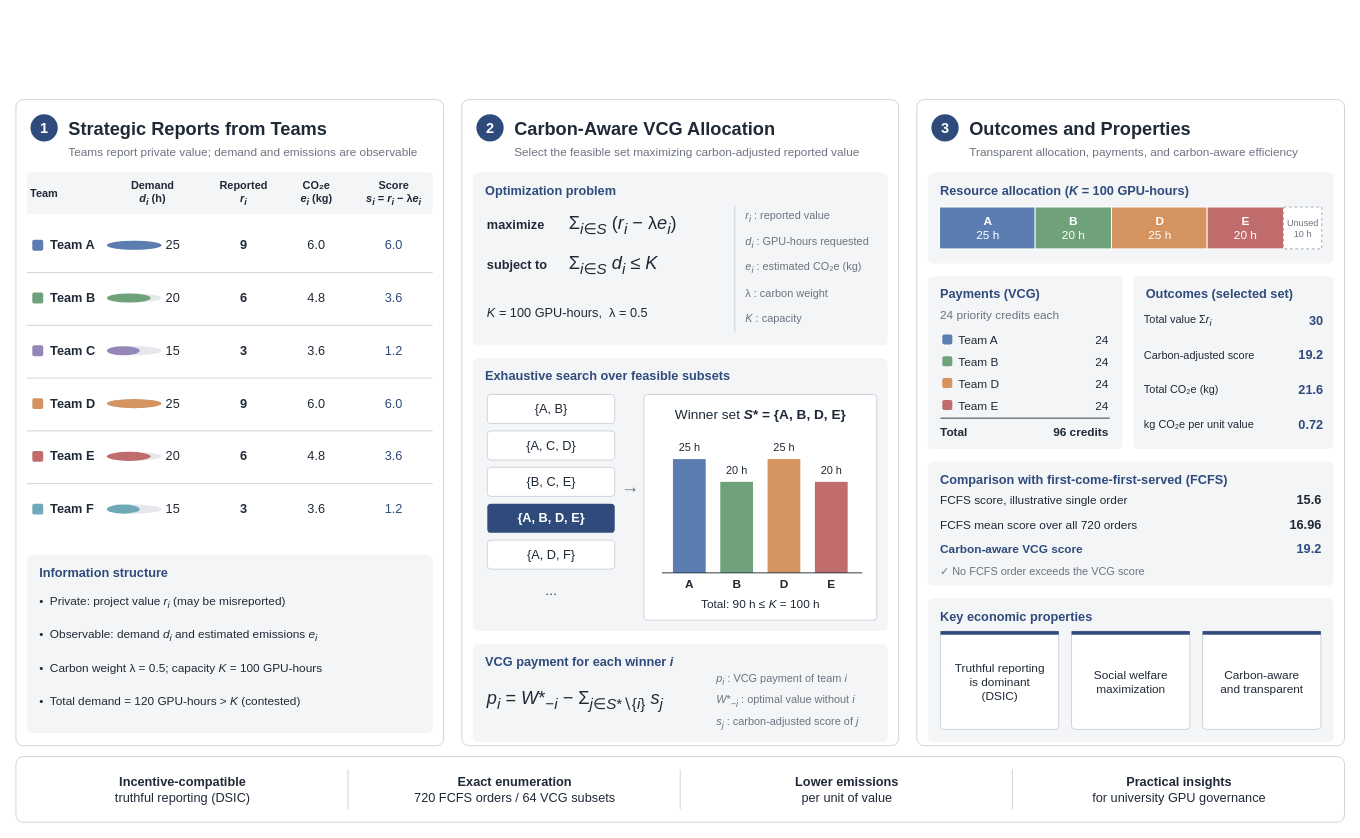
GihoonE/FP05-PS2-Team-A keeps this draw.io diagram as PS2-FP05-TeamA-Overleaf-Source/figures/teaser_figure.drawio. Above is the earlier version. Source tidied: cells renumbered, new cells numbered last; positions are measured from the earlier drawing's top-left corner, leaving out a move shared by most shapes. Both pictures are drawn from the tidied source at 91%, with x=0, y=0 at pixel (15, 99).
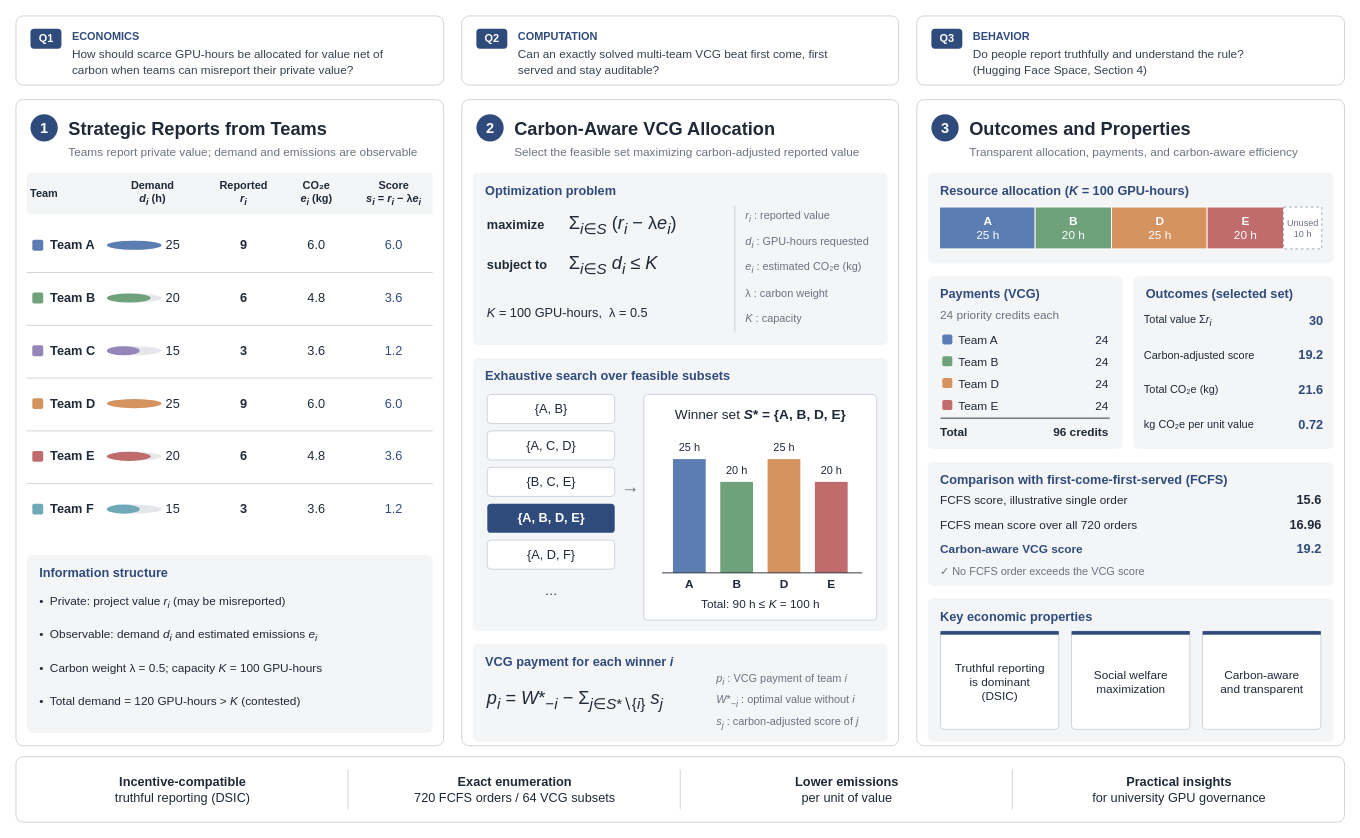
The same page after the edit.

What changed in the source:
```diff
@@
+    <mxCell id="199" style="rounded=1;absoluteArcSize=1;arcSize=16;whiteSpace=wrap;html=1;fillColor=#FFFFFF;strokeColor=#CBD0D8;strokeWidth=1;" parent="1" vertex="1">
+      <mxGeometry y="-92" width="470" height="76" as="geometry" />
+    </mxCell>
+    <mxCell id="200" style="rounded=1;absoluteArcSize=1;arcSize=8;whiteSpace=wrap;html=1;fillColor=#2F4B7C;strokeColor=none;strokeWidth=1;" parent="1" vertex="1">
+      <mxGeometry x="16" y="-78" width="34" height="22" as="geometry" />
+    </mxCell>
+    <mxCell id="201" value="&lt;b&gt;Q1&lt;/b&gt;" style="text;html=1;whiteSpace=nowrap;align=center;verticalAlign=middle;spacing=0;fontSize=12;fontColor=#FFFFFF;fontFamily=Helvetica;fontStyle=0;" parent="1" vertex="1">
+      <mxGeometry x="16" y="-78" width="34" height="22" as="geometry" />
+    </mxCell>
+    <mxCell id="202" value="&lt;b&gt;ECONOMICS&lt;/b&gt;" style="text;html=1;whiteSpace=nowrap;align=left;verticalAlign=middle;spacing=0;fontSize=12;fontColor=#2F4B7C;fontFamily=Helvetica;fontStyle=0;" parent="1" vertex="1">
+      <mxGeometry x="62" y="-77" width="392" height="16" as="geometry" />
+    </mxCell>
+    <mxCell id="203" value="How should scarce GPU-hours be allocated for value net of" style="text;html=1;whiteSpace=nowrap;align=left;verticalAlign=middle;spacing=0;fontSize=13;fontColor=#374151;fontFamily=Helvetica;fontStyle=0;" parent="1" vertex="1">
+      <mxGeometry x="62" y="-58" width="392" height="16" as="geometry" />
+    </mxCell>
+    <mxCell id="204" value="carbon when teams can misreport their private value?" style="text;html=1;whiteSpace=nowrap;align=left;verticalAlign=middle;spacing=0;fontSize=13;fontColor=#374151;fontFamily=Helvetica;fontStyle=0;" parent="1" vertex="1">
+      <mxGeometry x="62" y="-41" width="392" height="16" as="geometry" />
+    </mxCell>
+    <mxCell id="205" style="rounded=1;absoluteArcSize=1;arcSize=16;whiteSpace=wrap;html=1;fillColor=#FFFFFF;strokeColor=#CBD0D8;strokeWidth=1;" parent="1" vertex="1">
+      <mxGeometry x="490" y="-92" width="480" height="76" as="geometry" />
+    </mxCell>
+    <mxCell id="206" style="rounded=1;absoluteArcSize=1;arcSize=8;whiteSpace=wrap;html=1;fillColor=#2F4B7C;strokeColor=none;strokeWidth=1;" parent="1" vertex="1">
+      <mxGeometry x="506" y="-78" width="34" height="22" as="geometry" />
+    </mxCell>
+    <mxCell id="207" value="&lt;b&gt;Q2&lt;/b&gt;" style="text;html=1;whiteSpace=nowrap;align=center;verticalAlign=middle;spacing=0;fontSize=12;fontColor=#FFFFFF;fontFamily=Helvetica;fontStyle=0;" parent="1" vertex="1">
+      <mxGeometry x="506" y="-78" width="34" height="22" as="geometry" />
+    </mxCell>
+    <mxCell id="208" value="&lt;b&gt;COMPUTATION&lt;/b&gt;" style="text;html=1;whiteSpace=nowrap;align=left;verticalAlign=middle;spacing=0;fontSize=12;fontColor=#2F4B7C;fontFamily=Helvetica;fontStyle=0;" parent="1" vertex="1">
+      <mxGeometry x="552" y="-77" width="402" height="16" as="geometry" />
+    </mxCell>
+    <mxCell id="209" value="Can an exactly solved multi-team VCG beat first come, first" style="text;html=1;whiteSpace=nowrap;align=left;verticalAlign=middle;spacing=0;fontSize=13;fontColor=#374151;fontFamily=Helvetica;fontStyle=0;" parent="1" vertex="1">
+      <mxGeometry x="552" y="-58" width="402" height="16" as="geometry" />
+    </mxCell>
+    <mxCell id="210" value="served and stay auditable?" style="text;html=1;whiteSpace=nowrap;align=left;verticalAlign=middle;spacing=0;fontSize=13;fontColor=#374151;fontFamily=Helvetica;fontStyle=0;" parent="1" vertex="1">
+      <mxGeometry x="552" y="-41" width="402" height="16" as="geometry" />
+    </mxCell>
+    <mxCell id="211" style="rounded=1;absoluteArcSize=1;arcSize=16;whiteSpace=wrap;html=1;fillColor=#FFFFFF;strokeColor=#CBD0D8;strokeWidth=1;" parent="1" vertex="1">
+      <mxGeometry x="990" y="-92" width="470" height="76" as="geometry" />
+    </mxCell>
+    <mxCell id="212" style="rounded=1;absoluteArcSize=1;arcSize=8;whiteSpace=wrap;html=1;fillColor=#2F4B7C;strokeColor=none;strokeWidth=1;" parent="1" vertex="1">
+      <mxGeometry x="1006" y="-78" width="34" height="22" as="geometry" />
+    </mxCell>
+    <mxCell id="213" value="&lt;b&gt;Q3&lt;/b&gt;" style="text;html=1;whiteSpace=nowrap;align=center;verticalAlign=middle;spacing=0;fontSize=12;fontColor=#FFFFFF;fontFamily=Helvetica;fontStyle=0;" parent="1" vertex="1">
+      <mxGeometry x="1006" y="-78" width="34" height="22" as="geometry" />
+    </mxCell>
+    <mxCell id="214" value="&lt;b&gt;BEHAVIOR&lt;/b&gt;" style="text;html=1;whiteSpace=nowrap;align=left;verticalAlign=middle;spacing=0;fontSize=12;fontColor=#2F4B7C;fontFamily=Helvetica;fontStyle=0;" parent="1" vertex="1">
+      <mxGeometry x="1052" y="-77" width="392" height="16" as="geometry" />
+    </mxCell>
+    <mxCell id="215" value="Do people report truthfully and understand the rule?" style="text;html=1;whiteSpace=nowrap;align=left;verticalAlign=middle;spacing=0;fontSize=13;fontColor=#374151;fontFamily=Helvetica;fontStyle=0;" parent="1" vertex="1">
+      <mxGeometry x="1052" y="-58" width="392" height="16" as="geometry" />
+    </mxCell>
+    <mxCell id="216" value="(Hugging Face Space, Section 4)" style="text;html=1;whiteSpace=nowrap;align=left;verticalAlign=middle;spacing=0;fontSize=13;fontColor=#374151;fontFamily=Helvetica;fontStyle=0;" parent="1" vertex="1">
+      <mxGeometry x="1052" y="-41" width="392" height="16" as="geometry" />
+    </mxCell>
```
